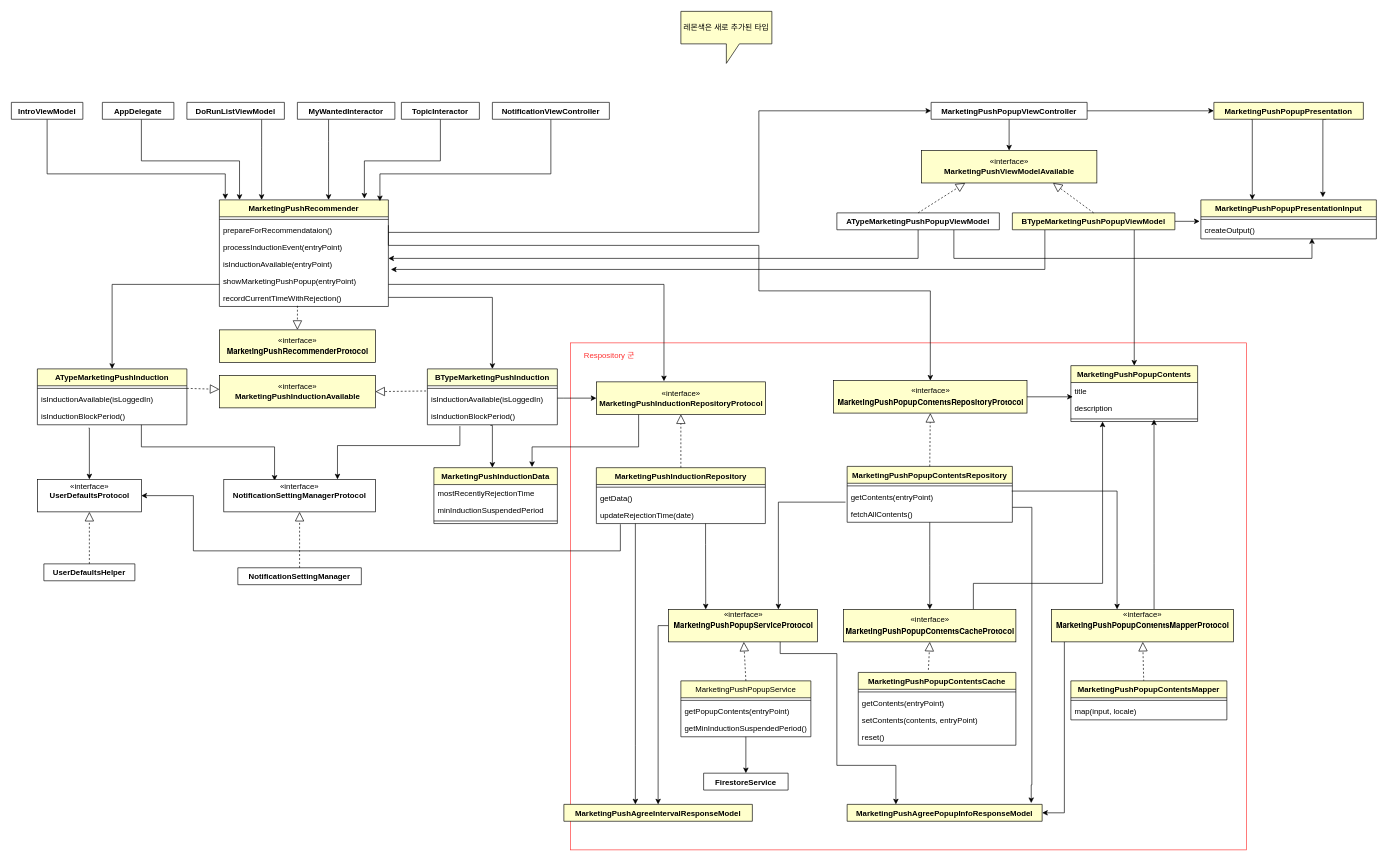
This is marketingPushInduction.drawio from gookhee/diagrams, a draw.io file, before an edit. Source tidied: cells renumbered, new cells numbered last; positions are measured from the earlier drawing's top-left corner, leaving out a move shared by most shapes. Both pictures are drawn from the tidied source at 65%, with x=0, y=0 at pixel (11, 11).
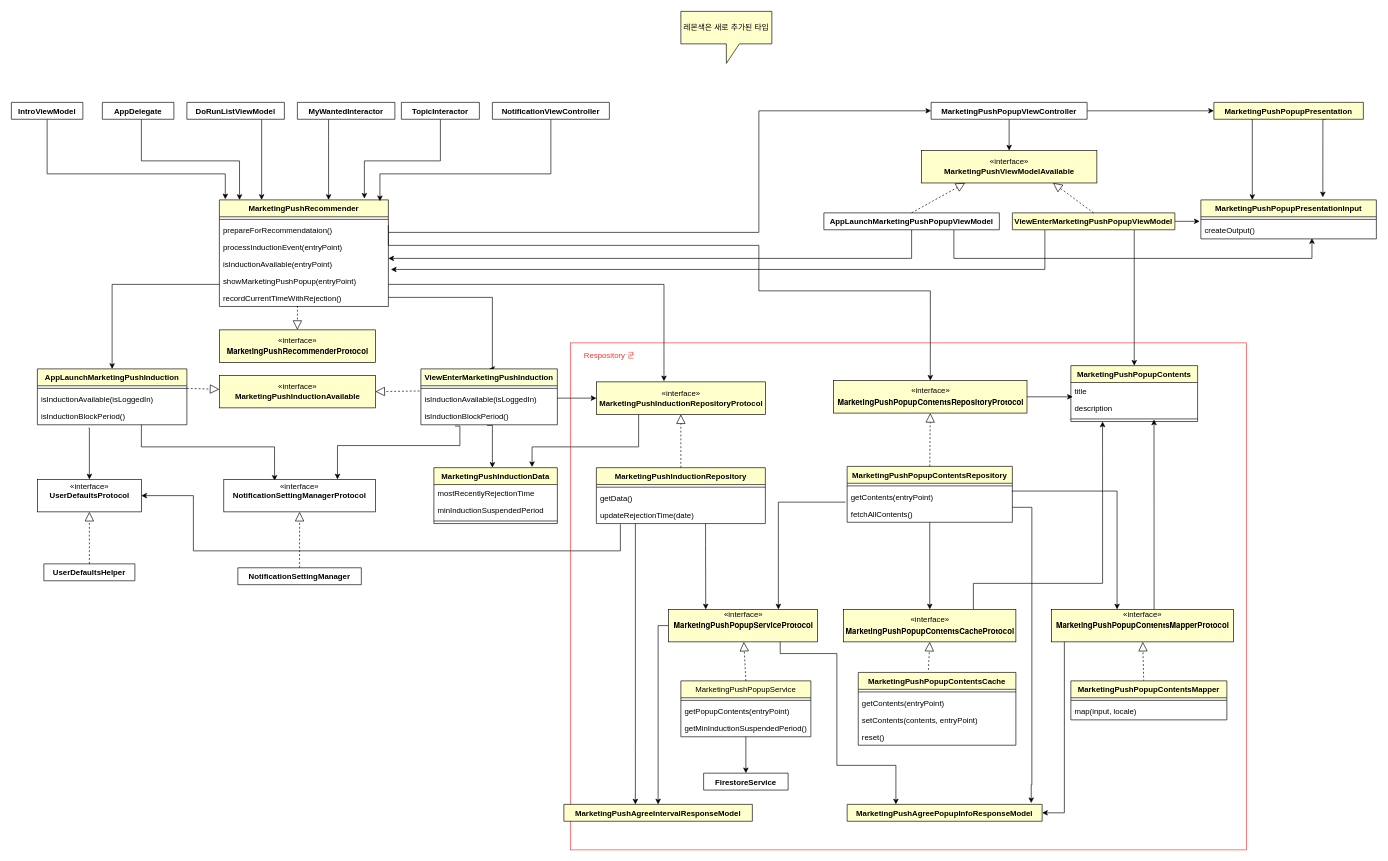
After the change.

Change to the diagram source:
```diff
@@
-    <mxCell id="16" value="ATypeMarketingPushInduction&#10;" style="swimlane;fontStyle=1;align=center;verticalAlign=top;horizontal=1;startSize=26;fillColor=#FFFFCC;" parent="1" vertex="1">
+    <mxCell id="16" value="AppLaunchMarketingPushInduction&#10;" style="swimlane;fontStyle=1;align=center;verticalAlign=top;horizontal=1;startSize=26;fillColor=#FFFFCC;" parent="1" vertex="1">
       <mxGeometry x="40" y="550" width="230" height="86" as="geometry" />
     </mxCell>
@@
-    <mxCell id="23" value="BTypeMarketingPushInduction&#10;" style="swimlane;fontStyle=1;align=center;verticalAlign=top;horizontal=1;startSize=26;fillColor=#FCFFD4;" parent="1" vertex="1">
-      <mxGeometry x="640" y="550" width="200" height="86" as="geometry" />
+    <mxCell id="23" value="ViewEnterMarketingPushInduction&#10;" style="swimlane;fontStyle=1;align=center;verticalAlign=top;horizontal=1;startSize=26;fillColor=#FCFFD4;" parent="1" vertex="1">
+      <mxGeometry x="630" y="550" width="210" height="86" as="geometry" />
     </mxCell>
     <mxCell id="24" style="line;strokeWidth=1;fillColor=none;align=left;verticalAlign=middle;spacingTop=-1;spacingLeft=3;spacingRight=3;labelPosition=right;" parent="23" vertex="1">
-      <mxGeometry y="26" width="200" height="8" as="geometry" />
+      <mxGeometry y="26" width="210" height="8" as="geometry" />
     </mxCell>
     <mxCell id="25" value="isInductionAvailable(isLoggedIn)" style="text;strokeColor=none;fillColor=none;align=left;verticalAlign=top;spacingLeft=4;spacingRight=4;overflow=hidden;points=[[0,0.5],[1,0.5]];portConstraint=eastwest;" parent="23" vertex="1">
-      <mxGeometry y="34" width="200" height="26" as="geometry" />
+      <mxGeometry y="34" width="210" height="26" as="geometry" />
     </mxCell>
     <mxCell id="26" value="isInductionBlockPeriod() " style="text;strokeColor=none;fillColor=none;align=left;verticalAlign=top;spacingLeft=4;spacingRight=4;overflow=hidden;points=[[0,0.5],[1,0.5]];portConstraint=eastwest;" parent="23" vertex="1">
-      <mxGeometry y="60" width="200" height="26" as="geometry" />
+      <mxGeometry y="60" width="210" height="26" as="geometry" />
     </mxCell>
@@
-    <mxCell id="40" value="ATypeMarketingPushPopupViewModel&#10;" style="swimlane;fontStyle=1;align=center;verticalAlign=top;horizontal=1;startSize=26;" parent="1" vertex="1" collapsed="1">
-      <mxGeometry x="1270" y="310" width="250" height="26" as="geometry" />
+    <mxCell id="40" value="AppLaunchMarketingPushPopupViewModel&#10;" style="swimlane;fontStyle=1;align=center;verticalAlign=top;horizontal=1;startSize=26;" parent="1" vertex="1" collapsed="1">
+      <mxGeometry x="1250" y="310" width="270" height="26" as="geometry" />
     </mxCell>
@@
-    <mxCell id="44" value="BTypeMarketingPushPopupViewModel&#10;" style="swimlane;fontStyle=1;align=center;verticalAlign=top;horizontal=1;startSize=26;fillColor=#FFFFCC;" parent="1" vertex="1" collapsed="1">
+    <mxCell id="44" value="ViewEnterMarketingPushPopupViewModel&#10;" style="swimlane;fontStyle=1;align=center;verticalAlign=top;horizontal=1;startSize=26;fillColor=#FFFFCC;" parent="1" vertex="1" collapsed="1">
       <mxGeometry x="1540" y="310" width="250" height="26" as="geometry" />
     </mxCell>
```
